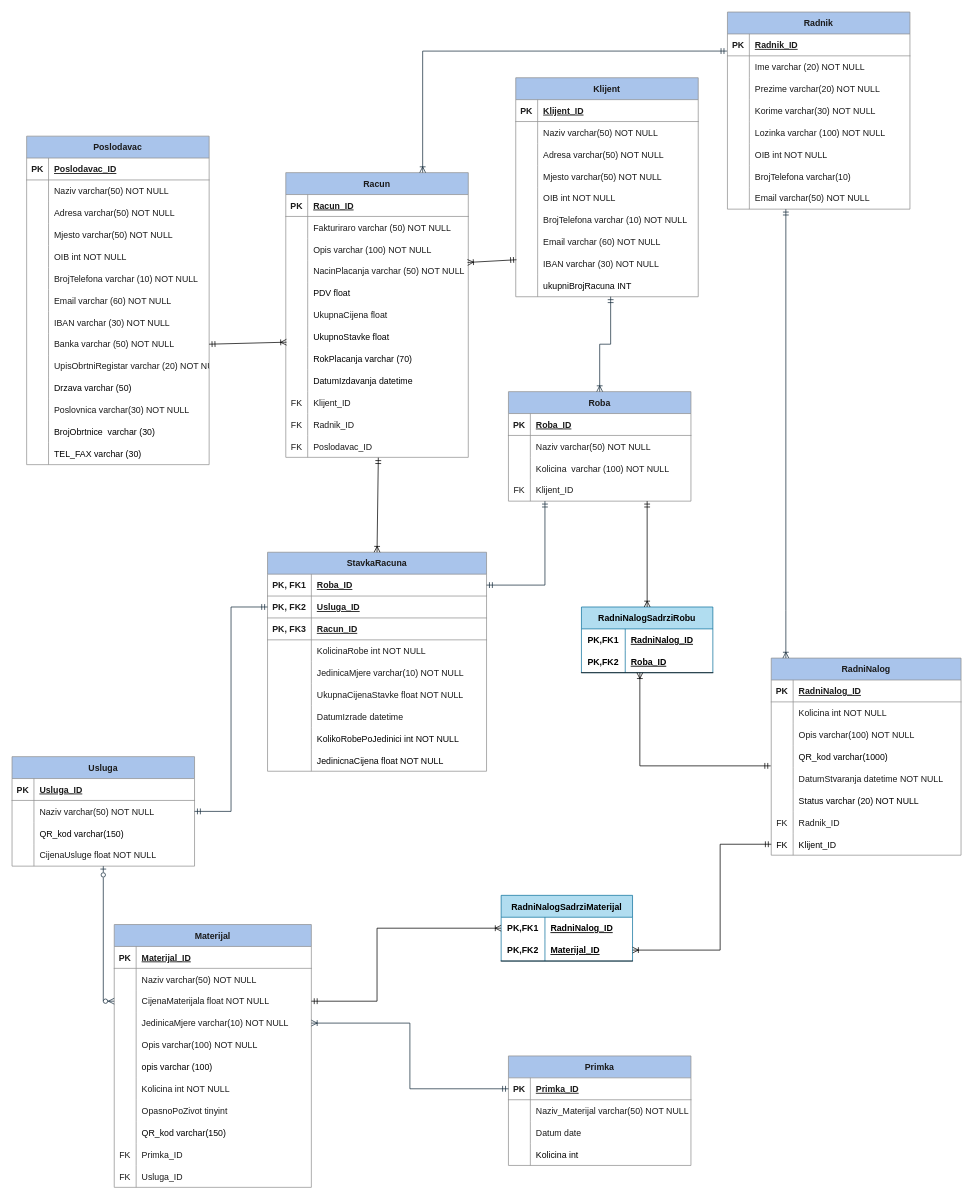
Before: Documentation/Slike/ERA Model/ZMG_Desktop_ERA_Model.drawio in foivz/rpp22-sbicak20-sarbutina20-pbuzic20-zbelina20, a draw.io diagram. Source tidied: cells renumbered, new cells numbered last; positions are measured from the earlier drawing's top-left corner, leaving out a move shared by most shapes. Both pictures are drawn from the tidied source at 73%, with x=0, y=0 at pixel (12, 12).
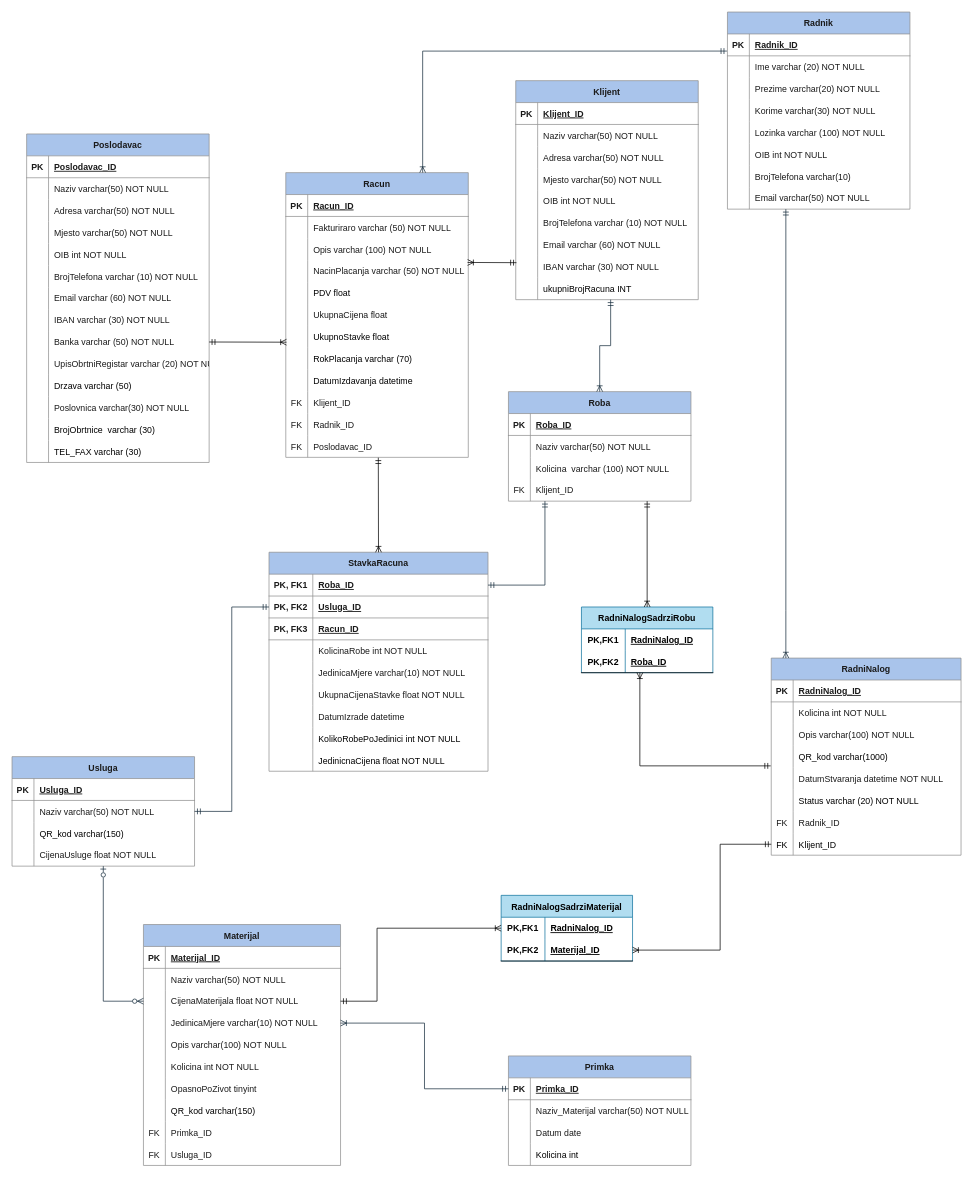
The same diagram, later.

The edit, as a diff of the source:
```diff
@@
     <mxCell id="40" value="Materijal" style="shape=table;startSize=30;childLayout=tableLayout;rowLines=0;fontStyle=1;align=center;rounded=0;fillColor=#A9C4EB;strokeColor=#909090;fontColor=#1A1A1A;" parent="1" vertex="1">
-      <mxGeometry x="140" y="1250" width="270" height="360" as="geometry" />
+      <mxGeometry x="180" y="1250" width="270" height="330" as="geometry" />
     </mxCell>
@@
-    <mxCell id="56" style="shape=tableRow;horizontal=0;startSize=0;swimlaneHead=0;swimlaneBody=0;fillColor=none;top=0;left=0;right=0;bottom=0;" parent="40" vertex="1">
-      <mxGeometry y="180" width="270" height="30" as="geometry" />
-    </mxCell>
-    <mxCell id="57" style="shape=partialRectangle;fillColor=none;top=0;left=0;bottom=0;right=0;overflow=hidden;" parent="56" vertex="1">
-      <mxGeometry width="30" height="30" as="geometry" />
-    </mxCell>
-    <mxCell id="58" value="opis varchar (100)" style="shape=partialRectangle;fillColor=none;top=0;left=0;bottom=0;right=0;align=left;spacingLeft=6;overflow=hidden;" parent="56" vertex="1">
-      <mxGeometry x="30" width="240" height="30" as="geometry" />
-    </mxCell>
     <mxCell id="59" style="shape=tableRow;horizontal=0;startSize=0;swimlaneHead=0;swimlaneBody=0;fillColor=none;top=0;left=0;right=0;bottom=0;rounded=0;strokeColor=#909090;fontColor=#1A1A1A;" parent="40" vertex="1">
-      <mxGeometry y="210" width="270" height="30" as="geometry" />
+      <mxGeometry y="180" width="270" height="30" as="geometry" />
     </mxCell>
@@
     <mxCell id="62" style="shape=tableRow;horizontal=0;startSize=0;swimlaneHead=0;swimlaneBody=0;fillColor=none;top=0;left=0;right=0;bottom=0;rounded=0;strokeColor=#909090;fontColor=#1A1A1A;" parent="40" vertex="1">
-      <mxGeometry y="240" width="270" height="30" as="geometry" />
+      <mxGeometry y="210" width="270" height="30" as="geometry" />
     </mxCell>
@@
     <mxCell id="65" style="shape=tableRow;horizontal=0;startSize=0;swimlaneHead=0;swimlaneBody=0;fillColor=none;top=0;left=0;right=0;bottom=0;" parent="40" vertex="1">
-      <mxGeometry y="270" width="270" height="30" as="geometry" />
+      <mxGeometry y="240" width="270" height="30" as="geometry" />
     </mxCell>
@@
     <mxCell id="68" style="shape=tableRow;horizontal=0;startSize=0;swimlaneHead=0;swimlaneBody=0;fillColor=none;top=0;left=0;right=0;bottom=0;rounded=0;strokeColor=#909090;fontColor=#1A1A1A;" parent="40" vertex="1">
-      <mxGeometry y="300" width="270" height="30" as="geometry" />
+      <mxGeometry y="270" width="270" height="30" as="geometry" />
     </mxCell>
@@
     <mxCell id="71" style="shape=tableRow;horizontal=0;startSize=0;swimlaneHead=0;swimlaneBody=0;fillColor=none;top=0;left=0;right=0;bottom=0;rounded=0;strokeColor=#909090;fontColor=#1A1A1A;" parent="40" vertex="1">
-      <mxGeometry y="330" width="270" height="30" as="geometry" />
+      <mxGeometry y="300" width="270" height="30" as="geometry" />
     </mxCell>
@@
     <mxCell id="162" value="StavkaRacuna" style="shape=table;startSize=30;childLayout=tableLayout;rowLines=0;fontStyle=1;align=center;rounded=0;fillColor=#A9C4EB;strokeColor=#909090;fontColor=#1A1A1A;" parent="1" vertex="1">
-      <mxGeometry x="350" y="740" width="300" height="300" as="geometry" />
+      <mxGeometry x="352" y="740" width="300" height="300" as="geometry" />
     </mxCell>
@@
     <mxCell id="190" value="Klijent" style="shape=table;startSize=30;childLayout=tableLayout;rowLines=0;fontStyle=1;align=center;rounded=0;fillColor=#A9C4EB;strokeColor=#909090;fontColor=#1A1A1A;" parent="1" vertex="1">
-      <mxGeometry x="690" y="90" width="250" height="300" as="geometry" />
+      <mxGeometry x="690" y="94" width="250" height="300" as="geometry" />
     </mxCell>
@@
     <mxCell id="218" value="Poslodavac" style="shape=table;startSize=30;childLayout=tableLayout;rowLines=0;fontStyle=1;align=center;rounded=0;fillColor=#A9C4EB;strokeColor=#909090;fontColor=#1A1A1A;" parent="1" vertex="1">
-      <mxGeometry x="20" y="170" width="250" height="450" as="geometry" />
+      <mxGeometry x="20" y="167" width="250" height="450" as="geometry" />
     </mxCell>
```
